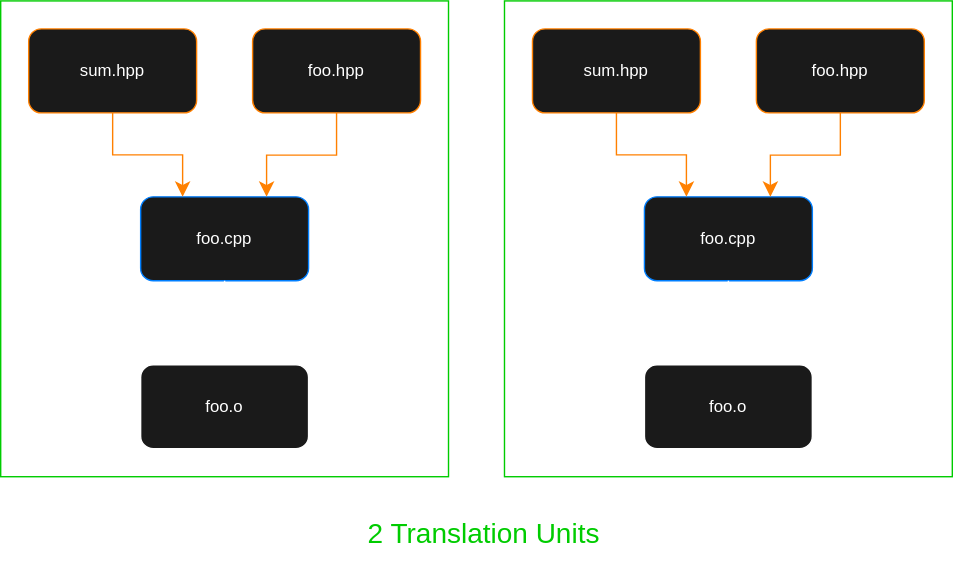
This is assets/images/articles/c++/translation_unit/importation_graph4.drawio.svg from MorganCaron/morgancaron.github.io, a draw.io export, as it was before one commit. Source tidied: cells renumbered, new cells last; positions are measured from the earlier drawing's top-left corner, leaving out a move shared by most shapes. The source it was exported from:
```xml
<mxGraphModel>
  <root>
    <mxCell id="0" />
    <mxCell id="1" parent="0" />
    <mxCell id="2" style="rounded=0;whiteSpace=wrap;html=1;fillColor=none;strokeColor=#00CC00;" parent="1" vertex="1">
      <mxGeometry width="320" height="340" as="geometry" />
    </mxCell>
    <mxCell id="3" value="sum.hpp" style="rounded=1;whiteSpace=wrap;html=1;fillColor=#1A1A1A;fontColor=#ffffff;strokeColor=#FF8000;" parent="1" vertex="1">
      <mxGeometry x="20" y="20" width="120" height="60" as="geometry" />
    </mxCell>
    <mxCell id="4" value="foo.hpp" style="rounded=1;whiteSpace=wrap;html=1;gradientColor=none;fillColor=#1A1A1A;strokeColor=#FF8000;fontColor=#FFFFFF;" parent="1" vertex="1">
      <mxGeometry x="180" y="20" width="120" height="60" as="geometry" />
    </mxCell>
    <mxCell id="5" value="foo.cpp" style="rounded=1;whiteSpace=wrap;html=1;labelBorderColor=none;strokeColor=#007FFF;fontColor=#FFFFFF;fillColor=#1A1A1A;" parent="1" vertex="1">
      <mxGeometry x="100" y="140" width="120" height="60" as="geometry" />
    </mxCell>
    <mxCell id="6" style="edgeStyle=elbowEdgeStyle;elbow=vertical;endArrow=classic;html=1;curved=0;rounded=0;endSize=8;startSize=8;exitX=0.5;exitY=1;exitDx=0;exitDy=0;strokeColor=#FF8000;entryX=0.25;entryY=0;entryDx=0;entryDy=0;" parent="1" edge="1" source="3" target="5">
      <mxGeometry relative="1" as="geometry">
        <Array as="points">
          <mxPoint x="130" y="110" />
        </Array>
      </mxGeometry>
    </mxCell>
    <mxCell id="7" style="edgeStyle=elbowEdgeStyle;elbow=vertical;endArrow=classic;html=1;curved=0;rounded=0;endSize=8;startSize=8;exitX=0.5;exitY=1;exitDx=0;exitDy=0;entryX=0.75;entryY=0;entryDx=0;entryDy=0;strokeColor=#FF8000;" parent="1" edge="1" source="4" target="5">
      <mxGeometry relative="1" as="geometry" />
    </mxCell>
    <mxCell id="8" value="foo.o" style="rounded=1;whiteSpace=wrap;html=1;labelBorderColor=none;strokeColor=#FFFFFF;fontColor=#FFFFFF;fillColor=#1A1A1A;" parent="1" vertex="1">
      <mxGeometry x="100" y="260" width="120" height="60" as="geometry" />
    </mxCell>
    <mxCell id="9" style="edgeStyle=elbowEdgeStyle;elbow=vertical;endArrow=classic;html=1;curved=0;rounded=0;endSize=8;startSize=8;exitX=0.5;exitY=1;exitDx=0;exitDy=0;strokeColor=#FFFFFF;entryX=0.5;entryY=0;entryDx=0;entryDy=0;dashed=1;" parent="1" edge="1" source="5" target="8">
      <mxGeometry relative="1" as="geometry" />
    </mxCell>
    <mxCell id="10" value="2 Translation Units" style="text;html=1;align=center;verticalAlign=middle;strokeColor=none;fillColor=none;fontColor=#00CC00;fontSize=20;fontStyle=0;" parent="1" vertex="1">
      <mxGeometry x="250" y="360" width="190" height="40" as="geometry" />
    </mxCell>
    <mxCell id="11" style="rounded=0;whiteSpace=wrap;html=1;fillColor=none;strokeColor=#00CC00;" parent="1" vertex="1">
      <mxGeometry x="360" width="320" height="340" as="geometry" />
    </mxCell>
    <mxCell id="12" value="sum.hpp" style="rounded=1;whiteSpace=wrap;html=1;fillColor=#1A1A1A;fontColor=#ffffff;strokeColor=#FF8000;" parent="1" vertex="1">
      <mxGeometry x="380" y="20" width="120" height="60" as="geometry" />
    </mxCell>
    <mxCell id="13" value="foo.hpp" style="rounded=1;whiteSpace=wrap;html=1;gradientColor=none;fillColor=#1A1A1A;strokeColor=#FF8000;fontColor=#FFFFFF;" parent="1" vertex="1">
      <mxGeometry x="540" y="20" width="120" height="60" as="geometry" />
    </mxCell>
    <mxCell id="14" value="foo.cpp" style="rounded=1;whiteSpace=wrap;html=1;labelBorderColor=none;strokeColor=#007FFF;fontColor=#FFFFFF;fillColor=#1A1A1A;" parent="1" vertex="1">
      <mxGeometry x="460" y="140" width="120" height="60" as="geometry" />
    </mxCell>
    <mxCell id="15" style="edgeStyle=elbowEdgeStyle;elbow=vertical;endArrow=classic;html=1;curved=0;rounded=0;endSize=8;startSize=8;exitX=0.5;exitY=1;exitDx=0;exitDy=0;strokeColor=#FF8000;entryX=0.25;entryY=0;entryDx=0;entryDy=0;" parent="1" edge="1" source="12" target="14">
      <mxGeometry relative="1" as="geometry">
        <Array as="points">
          <mxPoint x="490" y="110" />
        </Array>
      </mxGeometry>
    </mxCell>
    <mxCell id="16" style="edgeStyle=elbowEdgeStyle;elbow=vertical;endArrow=classic;html=1;curved=0;rounded=0;endSize=8;startSize=8;exitX=0.5;exitY=1;exitDx=0;exitDy=0;entryX=0.75;entryY=0;entryDx=0;entryDy=0;strokeColor=#FF8000;" parent="1" edge="1" source="13" target="14">
      <mxGeometry relative="1" as="geometry" />
    </mxCell>
    <mxCell id="17" value="foo.o" style="rounded=1;whiteSpace=wrap;html=1;labelBorderColor=none;strokeColor=#FFFFFF;fontColor=#FFFFFF;fillColor=#1A1A1A;" parent="1" vertex="1">
      <mxGeometry x="460" y="260" width="120" height="60" as="geometry" />
    </mxCell>
    <mxCell id="18" style="edgeStyle=elbowEdgeStyle;elbow=vertical;endArrow=classic;html=1;curved=0;rounded=0;endSize=8;startSize=8;exitX=0.5;exitY=1;exitDx=0;exitDy=0;strokeColor=#FFFFFF;entryX=0.5;entryY=0;entryDx=0;entryDy=0;dashed=1;" parent="1" edge="1" source="14" target="17">
      <mxGeometry relative="1" as="geometry" />
    </mxCell>
  </root>
</mxGraphModel>
```
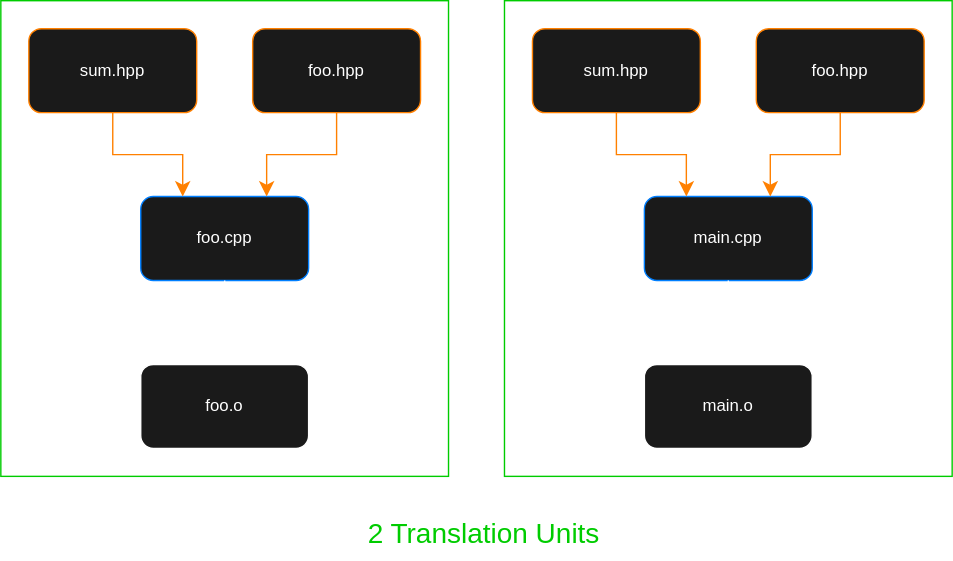
Later version of the same file.

What changed in the source:
```diff
@@ -42,7 +42,7 @@
     <mxCell id="13" value="foo.hpp" style="rounded=1;whiteSpace=wrap;html=1;gradientColor=none;fillColor=#1A1A1A;strokeColor=#FF8000;fontColor=#FFFFFF;" parent="1" vertex="1">
       <mxGeometry x="540" y="20" width="120" height="60" as="geometry" />
     </mxCell>
-    <mxCell id="14" value="foo.cpp" style="rounded=1;whiteSpace=wrap;html=1;labelBorderColor=none;strokeColor=#007FFF;fontColor=#FFFFFF;fillColor=#1A1A1A;" parent="1" vertex="1">
+    <mxCell id="14" value="main.cpp" style="rounded=1;whiteSpace=wrap;html=1;labelBorderColor=none;strokeColor=#007FFF;fontColor=#FFFFFF;fillColor=#1A1A1A;" parent="1" vertex="1">
       <mxGeometry x="460" y="140" width="120" height="60" as="geometry" />
     </mxCell>
     <mxCell id="15" style="edgeStyle=elbowEdgeStyle;elbow=vertical;endArrow=classic;html=1;curved=0;rounded=0;endSize=8;startSize=8;exitX=0.5;exitY=1;exitDx=0;exitDy=0;strokeColor=#FF8000;entryX=0.25;entryY=0;entryDx=0;entryDy=0;" parent="1" edge="1" source="12" target="14">
@@ -55,7 +55,7 @@
     <mxCell id="16" style="edgeStyle=elbowEdgeStyle;elbow=vertical;endArrow=classic;html=1;curved=0;rounded=0;endSize=8;startSize=8;exitX=0.5;exitY=1;exitDx=0;exitDy=0;entryX=0.75;entryY=0;entryDx=0;entryDy=0;strokeColor=#FF8000;" parent="1" edge="1" source="13" target="14">
       <mxGeometry relative="1" as="geometry" />
     </mxCell>
-    <mxCell id="17" value="foo.o" style="rounded=1;whiteSpace=wrap;html=1;labelBorderColor=none;strokeColor=#FFFFFF;fontColor=#FFFFFF;fillColor=#1A1A1A;" parent="1" vertex="1">
+    <mxCell id="17" value="main.o" style="rounded=1;whiteSpace=wrap;html=1;labelBorderColor=none;strokeColor=#FFFFFF;fontColor=#FFFFFF;fillColor=#1A1A1A;" parent="1" vertex="1">
       <mxGeometry x="460" y="260" width="120" height="60" as="geometry" />
     </mxCell>
     <mxCell id="18" style="edgeStyle=elbowEdgeStyle;elbow=vertical;endArrow=classic;html=1;curved=0;rounded=0;endSize=8;startSize=8;exitX=0.5;exitY=1;exitDx=0;exitDy=0;strokeColor=#FFFFFF;entryX=0.5;entryY=0;entryDx=0;entryDy=0;dashed=1;" parent="1" edge="1" source="14" target="17">
```
